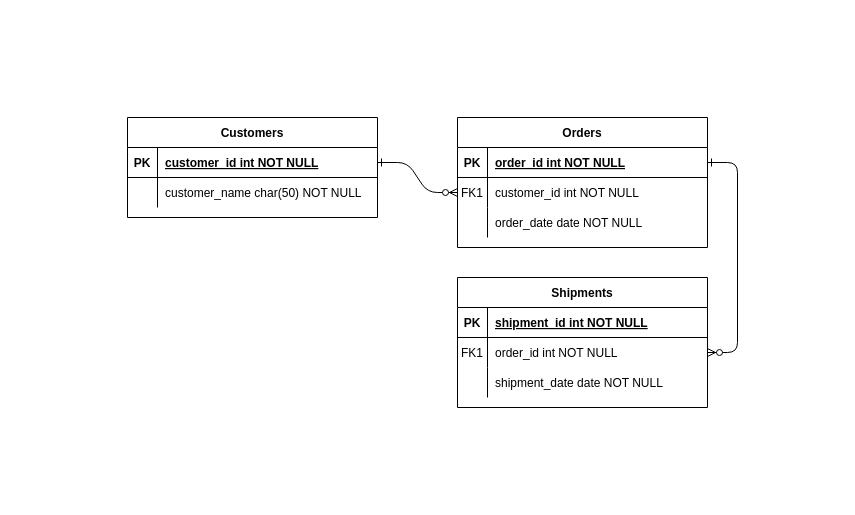
Earlier version of the draw.io diagram ticket.drawio (yas3in/django-store). Source tidied: cells renumbered, new cells numbered last; positions are measured from the earlier drawing's top-left corner, leaving out a move shared by most shapes. Both pictures are drawn from the tidied source at 100%, with x=0, y=0 at pixel (127, 117).
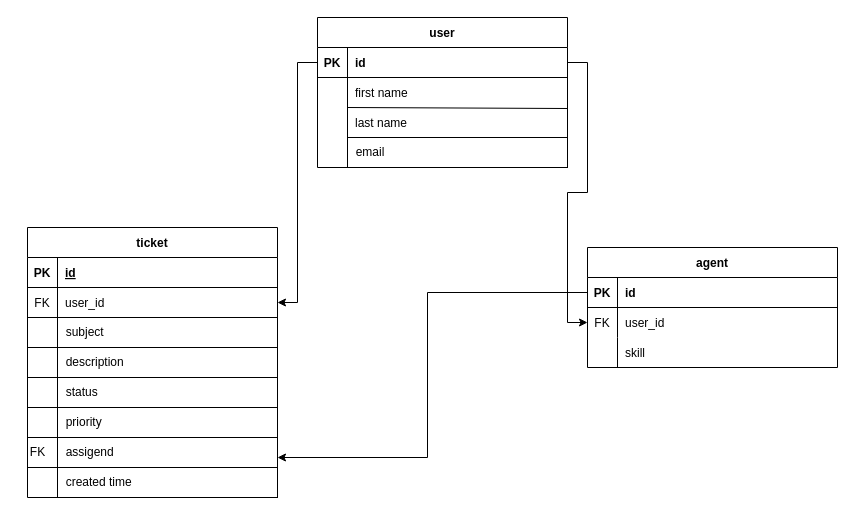
After the change.

Unchanged cells that the change refers to:
```xml
<mxCell id="5" style="shape=partialRectangle;fillColor=none;points=[[0,0.5],[1,0.5]];portConstraint=eastwest;top=0;left=0;right=0;bottom=1;" parent="4" vertex="1">
  <mxGeometry y="30" width="250" height="30" as="geometry" />
</mxCell>
<mxCell id="8" style="shape=partialRectangle;fillColor=none;points=[[0,0.5],[1,0.5]];portConstraint=eastwest;top=0;left=0;right=0;bottom=0;" parent="4" vertex="1">
  <mxGeometry y="60" width="250" height="30" as="geometry" />
</mxCell>
<mxCell id="11" style="shape=partialRectangle;fillColor=none;points=[[0,0.5],[1,0.5]];portConstraint=eastwest;top=0;left=0;right=0;bottom=0;" parent="4" vertex="1">
  <mxGeometry y="90" width="250" height="30" as="geometry" />
</mxCell>
<mxCell id="15" style="shape=partialRectangle;fillColor=none;points=[[0,0.5],[1,0.5]];portConstraint=eastwest;top=0;left=0;right=0;bottom=1;" parent="14" vertex="1">
  <mxGeometry y="30" width="250" height="30" as="geometry" />
</mxCell>
<mxCell id="18" style="shape=partialRectangle;fillColor=none;points=[[0,0.5],[1,0.5]];portConstraint=eastwest;top=0;left=0;right=0;bottom=0;" parent="14" vertex="1">
  <mxGeometry y="60" width="250" height="30" as="geometry" />
</mxCell>
<mxCell id="21" style="shape=partialRectangle;fillColor=none;top=0;left=0;right=0;bottom=0;" parent="14" vertex="1">
  <mxGeometry y="90" width="250" height="30" as="geometry" />
</mxCell>
```

The edit, as a diff of the source:
```diff
@@
-    <mxCell id="2" style="edgeStyle=entityRelationEdgeStyle;endArrow=ERzeroToMany;startArrow=ERone;endFill=1;startFill=0;" parent="1" edge="1" source="25" target="8">
-      <mxGeometry relative="1" as="geometry" />
-    </mxCell>
-    <mxCell id="3" style="edgeStyle=entityRelationEdgeStyle;endArrow=ERzeroToMany;startArrow=ERone;endFill=1;startFill=0;" parent="1" edge="1" source="5" target="18">
-      <mxGeometry relative="1" as="geometry" />
-    </mxCell>
-    <mxCell id="4" value="Orders" style="shape=table;startSize=30;childLayout=tableLayout;rowLines=0;fontStyle=1;align=center;" parent="1" vertex="1">
-      <mxGeometry x="330" width="250" height="130" as="geometry" />
+    <mxCell id="4" value="user" style="shape=table;startSize=30;childLayout=tableLayout;rowLines=0;fontStyle=1;align=center;" parent="1" vertex="1">
+      <mxGeometry x="190" y="-100" width="250" height="150" as="geometry" />
     </mxCell>
@@
-    <mxCell id="7" value="order_id int NOT NULL " style="shape=partialRectangle;overflow=hidden;fillColor=none;top=0;left=0;bottom=0;right=0;align=left;spacingLeft=6;fontStyle=5;" parent="5" vertex="1">
+    <mxCell id="7" value="id" style="shape=partialRectangle;overflow=hidden;fillColor=none;top=0;left=0;bottom=0;right=0;align=left;spacingLeft=6;fontStyle=1;" parent="5" vertex="1">
       <mxGeometry x="30" width="220" height="30" as="geometry" />
     </mxCell>
@@
-    <mxCell id="9" value="FK1" style="shape=partialRectangle;overflow=hidden;fillColor=none;top=0;left=0;bottom=0;right=0;" parent="8" vertex="1">
+    <mxCell id="9" style="shape=partialRectangle;overflow=hidden;fillColor=none;top=0;left=0;bottom=0;right=0;" parent="8" vertex="1">
       <mxGeometry width="30" height="30" as="geometry" />
     </mxCell>
-    <mxCell id="10" value="customer_id int NOT NULL" style="shape=partialRectangle;overflow=hidden;fillColor=none;top=0;left=0;bottom=0;right=0;align=left;spacingLeft=6;" parent="8" vertex="1">
+    <mxCell id="10" value="first name" style="shape=partialRectangle;overflow=hidden;fillColor=none;top=0;left=0;bottom=0;right=0;align=left;spacingLeft=6;" parent="8" vertex="1">
       <mxGeometry x="30" width="220" height="30" as="geometry" />
     </mxCell>
@@
-    <mxCell id="13" value="order_date date NOT NULL" style="shape=partialRectangle;overflow=hidden;fillColor=none;top=0;left=0;bottom=0;right=0;align=left;spacingLeft=6;" parent="11" vertex="1">
+    <mxCell id="13" value="last name" style="shape=partialRectangle;overflow=hidden;fillColor=none;top=0;left=0;bottom=0;right=0;align=left;spacingLeft=6;labelBorderColor=none;" parent="11" vertex="1">
       <mxGeometry x="30" width="220" height="30" as="geometry" />
     </mxCell>
+    <mxCell id="31" style="endArrow=none;html=1;rounded=0;exitX=0.118;exitY=0;exitDx=0;exitDy=0;exitPerimeter=0;" parent="4" edge="1" source="11">
+      <mxGeometry relative="1" as="geometry">
+        <mxPoint x="250" y="91" as="targetPoint" />
+      </mxGeometry>
+    </mxCell>
+    <mxCell id="32" value="&amp;nbsp; description" style="whiteSpace=wrap;html=1;align=left;" parent="1" vertex="1">
+      <mxGeometry x="-70" y="230" width="220" height="30" as="geometry" />
+    </mxCell>
+    <mxCell id="33" value="&amp;nbsp; status" style="whiteSpace=wrap;html=1;align=left;" parent="1" vertex="1">
+      <mxGeometry x="-70" y="260" width="220" height="30" as="geometry" />
+    </mxCell>
+    <mxCell id="34" style="endArrow=none;html=1;rounded=0;" parent="1" edge="1">
+      <mxGeometry relative="1" as="geometry">
+        <mxPoint x="-100" y="260" as="sourcePoint" />
+        <mxPoint x="-70" y="260" as="targetPoint" />
+      </mxGeometry>
+    </mxCell>
+    <mxCell id="35" style="endArrow=none;html=1;rounded=0;" parent="1" edge="1">
+      <mxGeometry relative="1" as="geometry">
+        <mxPoint x="-100" y="290" as="sourcePoint" />
+        <mxPoint x="-70" y="290" as="targetPoint" />
+      </mxGeometry>
+    </mxCell>
+    <mxCell id="36" value="&amp;nbsp; priority" style="whiteSpace=wrap;html=1;align=left;" parent="1" vertex="1">
+      <mxGeometry x="-70" y="290" width="220" height="30" as="geometry" />
+    </mxCell>
+    <mxCell id="37" value="&amp;nbsp; assigend" style="whiteSpace=wrap;html=1;align=left;" parent="1" vertex="1">
+      <mxGeometry x="-70" y="320" width="220" height="30" as="geometry" />
+    </mxCell>
+    <mxCell id="38" style="endArrow=none;html=1;rounded=0;" parent="1" edge="1">
+      <mxGeometry relative="1" as="geometry">
+        <mxPoint x="-100" y="320" as="sourcePoint" />
+        <mxPoint x="-70" y="320" as="targetPoint" />
+      </mxGeometry>
+    </mxCell>
+    <mxCell id="39" value="&amp;nbsp; created time" style="whiteSpace=wrap;html=1;align=left;" parent="1" vertex="1">
+      <mxGeometry x="-70" y="350" width="220" height="30" as="geometry" />
+    </mxCell>
+    <mxCell id="40" style="endArrow=none;html=1;rounded=0;" parent="1" edge="1">
+      <mxGeometry relative="1" as="geometry">
+        <mxPoint x="-100" y="350" as="sourcePoint" />
+        <mxPoint x="-70" y="350" as="targetPoint" />
+      </mxGeometry>
+    </mxCell>
+    <mxCell id="24" value="ticket" style="shape=table;startSize=30;childLayout=tableLayout;rowLines=0;fontStyle=1;align=center;" parent="1" vertex="1">
+      <mxGeometry x="-100" y="110" width="250" height="270" as="geometry" />
+    </mxCell>
+    <mxCell id="25" style="shape=partialRectangle;fillColor=none;points=[[0,0.5],[1,0.5]];portConstraint=eastwest;top=0;left=0;right=0;bottom=1;" parent="24" vertex="1">
+      <mxGeometry y="30" width="250" height="30" as="geometry" />
+    </mxCell>
+    <mxCell id="26" value="PK" style="shape=partialRectangle;overflow=hidden;fillColor=none;top=0;left=0;bottom=0;right=0;fontStyle=1;" parent="25" vertex="1">
+      <mxGeometry width="30" height="30" as="geometry" />
+    </mxCell>
+    <mxCell id="27" value="id" style="shape=partialRectangle;overflow=hidden;fillColor=none;top=0;left=0;bottom=0;right=0;align=left;spacingLeft=6;fontStyle=5;" parent="25" vertex="1">
+      <mxGeometry x="30" width="220" height="30" as="geometry" />
+    </mxCell>
+    <mxCell id="28" style="shape=partialRectangle;fillColor=none;points=[[0,0.5],[1,0.5]];portConstraint=eastwest;top=0;left=0;right=0;bottom=0;" parent="24" vertex="1">
+      <mxGeometry y="60" width="250" height="30" as="geometry" />
+    </mxCell>
+    <mxCell id="29" value="FK" style="shape=partialRectangle;overflow=hidden;fillColor=none;top=0;left=0;bottom=0;right=0;" parent="28" vertex="1">
+      <mxGeometry width="30" height="30" as="geometry" />
+    </mxCell>
+    <mxCell id="30" value="user_id" style="shape=partialRectangle;overflow=hidden;fillColor=none;top=0;left=0;bottom=0;right=0;align=left;spacingLeft=6;" parent="28" vertex="1">
+      <mxGeometry x="30" width="220" height="30" as="geometry" />
+    </mxCell>
+    <mxCell id="41" value="&lt;div style=&quot;&quot;&gt;&lt;div&gt;&amp;nbsp; &amp;nbsp; &amp;nbsp; &amp;nbsp; &amp;nbsp; &amp;nbsp;subject&lt;/div&gt;&lt;/div&gt;" style="whiteSpace=wrap;html=1;align=left;" parent="24" vertex="1">
+      <mxGeometry y="90" width="250" height="30" as="geometry" />
+    </mxCell>
+    <mxCell id="42" style="endArrow=none;html=1;rounded=0;" parent="24" edge="1">
+      <mxGeometry relative="1" as="geometry">
+        <mxPoint x="30" y="125" as="sourcePoint" />
+        <mxPoint x="30" y="80" as="targetPoint" />
+      </mxGeometry>
+    </mxCell>
+    <mxCell id="43" style="edgeStyle=orthogonalEdgeStyle;rounded=0;jettySize=auto;html=1;exitX=0;exitY=0.5;exitDx=0;exitDy=0;entryX=1;entryY=0.5;entryDx=0;entryDy=0;" parent="1" edge="1" source="5" target="28">
+      <mxGeometry relative="1" as="geometry" />
+    </mxCell>
+    <mxCell id="44" value="&amp;nbsp; email" style="whiteSpace=wrap;html=1;align=left;" parent="1" vertex="1">
+      <mxGeometry x="220" y="20" width="220" height="30" as="geometry" />
+    </mxCell>
+    <mxCell id="3" style="edgeStyle=orthogonalEdgeStyle;rounded=0;jettySize=auto;html=1;exitX=1;exitY=0.5;exitDx=0;exitDy=0;entryX=0;entryY=0.5;entryDx=0;entryDy=0;" parent="1" edge="1" source="5" target="18">
+      <mxGeometry relative="1" as="geometry" />
+    </mxCell>
-    <mxCell id="14" value="Shipments" style="shape=table;startSize=30;childLayout=tableLayout;rowLines=0;fontStyle=1;align=center;" parent="1" vertex="1">
-      <mxGeometry x="330" y="160" width="250" height="130" as="geometry" />
+    <mxCell id="14" value="agent" style="shape=table;startSize=30;childLayout=tableLayout;rowLines=0;fontStyle=1;align=center;" parent="1" vertex="1">
+      <mxGeometry x="460" y="130" width="250" height="120" as="geometry" />
     </mxCell>
@@
-    <mxCell id="17" value="shipment_id int NOT NULL " style="shape=partialRectangle;overflow=hidden;fillColor=none;top=0;left=0;bottom=0;right=0;align=left;spacingLeft=6;fontStyle=5;" parent="15" vertex="1">
+    <mxCell id="17" value="id" style="shape=partialRectangle;overflow=hidden;fillColor=none;top=0;left=0;bottom=0;right=0;align=left;spacingLeft=6;fontStyle=1;" parent="15" vertex="1">
       <mxGeometry x="30" width="220" height="30" as="geometry" />
     </mxCell>
@@
-    <mxCell id="19" value="FK1" style="shape=partialRectangle;overflow=hidden;fillColor=none;top=0;left=0;bottom=0;right=0;" parent="18" vertex="1">
+    <mxCell id="19" value="FK" style="shape=partialRectangle;overflow=hidden;fillColor=none;top=0;left=0;bottom=0;right=0;" parent="18" vertex="1">
       <mxGeometry width="30" height="30" as="geometry" />
     </mxCell>
-    <mxCell id="20" value="order_id int NOT NULL" style="shape=partialRectangle;overflow=hidden;fillColor=none;top=0;left=0;bottom=0;right=0;align=left;spacingLeft=6;" parent="18" vertex="1">
+    <mxCell id="20" value="user_id" style="shape=partialRectangle;overflow=hidden;fillColor=none;top=0;left=0;bottom=0;right=0;align=left;spacingLeft=6;" parent="18" vertex="1">
       <mxGeometry x="30" width="220" height="30" as="geometry" />
     </mxCell>
@@
-    <mxCell id="23" value="shipment_date date NOT NULL" style="shape=partialRectangle;overflow=hidden;fillColor=none;top=0;left=0;bottom=0;right=0;align=left;spacingLeft=6;" parent="21" vertex="1">
+    <mxCell id="23" value="skill" style="shape=partialRectangle;overflow=hidden;fillColor=none;top=0;left=0;bottom=0;right=0;align=left;spacingLeft=6;" parent="21" vertex="1">
       <mxGeometry x="30" width="220" height="30" as="geometry" />
     </mxCell>
-    <mxCell id="24" value="Customers" style="shape=table;startSize=30;childLayout=tableLayout;rowLines=0;fontStyle=1;align=center;" parent="1" vertex="1">
-      <mxGeometry width="250" height="100" as="geometry" />
-    </mxCell>
-    <mxCell id="25" style="shape=partialRectangle;fillColor=none;points=[[0,0.5],[1,0.5]];portConstraint=eastwest;top=0;left=0;right=0;bottom=1;" parent="24" vertex="1">
-      <mxGeometry y="30" width="250" height="30" as="geometry" />
-    </mxCell>
-    <mxCell id="26" value="PK" style="shape=partialRectangle;overflow=hidden;fillColor=none;top=0;left=0;bottom=0;right=0;fontStyle=1;" parent="25" vertex="1">
-      <mxGeometry width="30" height="30" as="geometry" />
-    </mxCell>
-    <mxCell id="27" value="customer_id int NOT NULL " style="shape=partialRectangle;overflow=hidden;fillColor=none;top=0;left=0;bottom=0;right=0;align=left;spacingLeft=6;fontStyle=5;" parent="25" vertex="1">
-      <mxGeometry x="30" width="220" height="30" as="geometry" />
-    </mxCell>
-    <mxCell id="28" style="shape=partialRectangle;fillColor=none;points=[[0,0.5],[1,0.5]];portConstraint=eastwest;top=0;left=0;right=0;bottom=0;" parent="24" vertex="1">
-      <mxGeometry y="60" width="250" height="30" as="geometry" />
-    </mxCell>
-    <mxCell id="29" style="shape=partialRectangle;overflow=hidden;fillColor=none;top=0;left=0;bottom=0;right=0;" parent="28" vertex="1">
-      <mxGeometry width="30" height="30" as="geometry" />
-    </mxCell>
-    <mxCell id="30" value="customer_name char(50) NOT NULL" style="shape=partialRectangle;overflow=hidden;fillColor=none;top=0;left=0;bottom=0;right=0;align=left;spacingLeft=6;" parent="28" vertex="1">
-      <mxGeometry x="30" width="220" height="30" as="geometry" />
-    </mxCell>
+    <mxCell id="45" style="edgeStyle=orthogonalEdgeStyle;rounded=0;jettySize=auto;html=1;exitX=0;exitY=0.5;exitDx=0;exitDy=0;" parent="1" edge="1" source="15">
+      <mxGeometry relative="1" as="geometry">
+        <mxPoint x="150" y="340" as="targetPoint" />
+        <Array as="points">
+          <mxPoint x="300" y="175" />
+          <mxPoint x="300" y="340" />
+        </Array>
+      </mxGeometry>
+    </mxCell>
+    <mxCell id="46" value="FK" style="text;html=1;align=center;verticalAlign=middle;strokeColor=none;fillColor=none;" parent="1" vertex="1">
+      <mxGeometry x="-110" y="320" width="40" height="30" as="geometry" />
+    </mxCell>
```
